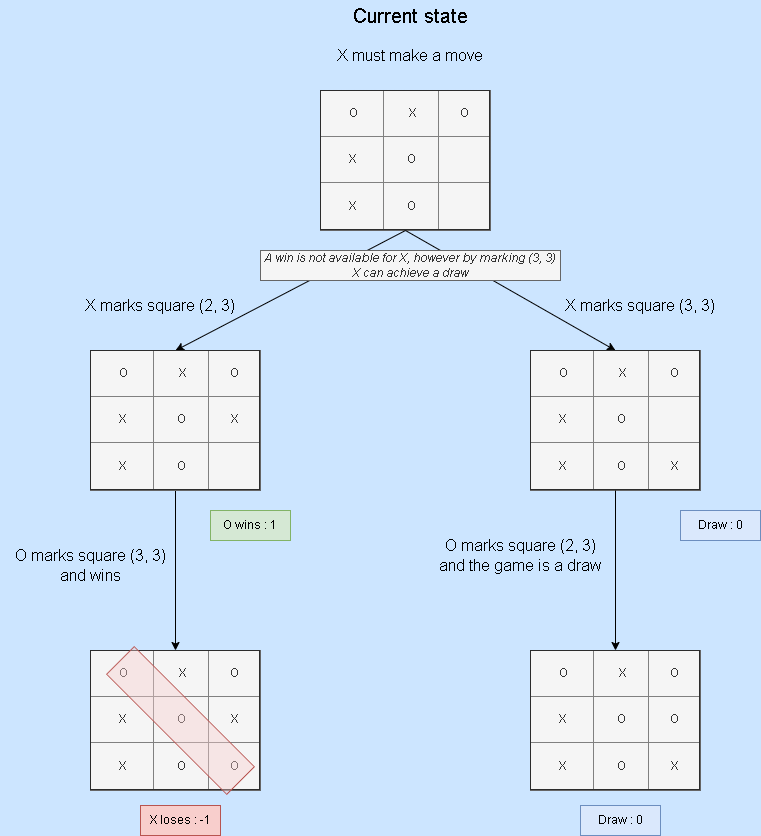
Above: Doc/TicTacToe_algorithm_diagram_4.png in dimitarnn/PythonTicTacToe (draw.io), before the change. Source tidied: cells renumbered, new cells last; positions are measured from the earlier drawing's top-left corner, leaving out a move shared by most shapes.
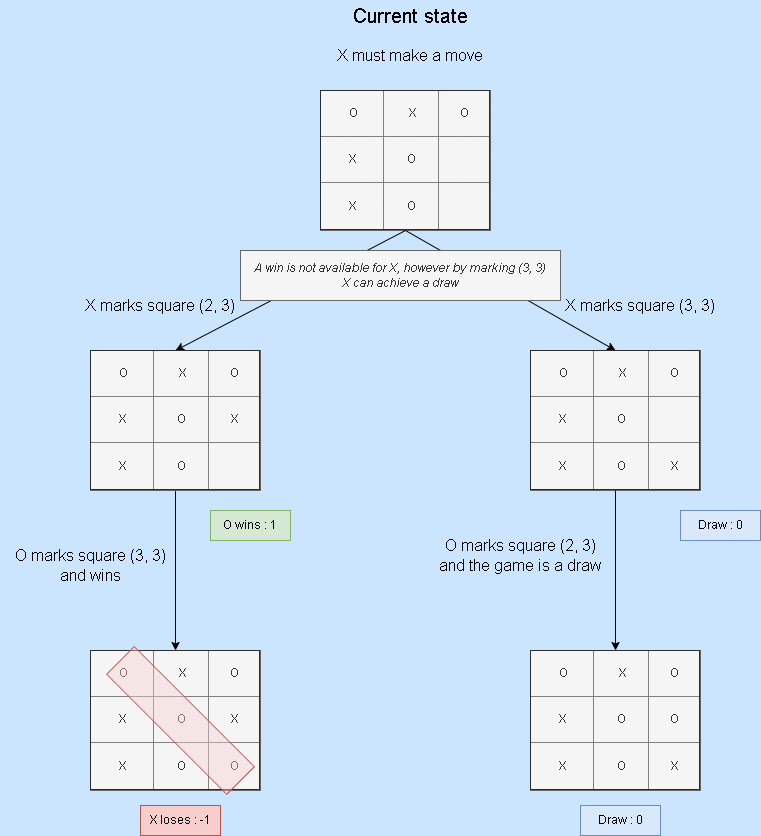
After the commit.

The edit, as a diff of the source:
```diff
@@ -62,8 +62,8 @@
     <mxCell id="21" value="Draw : 0" style="text;html=1;strokeColor=#6c8ebf;fillColor=#dae8fc;align=center;verticalAlign=middle;whiteSpace=wrap;rounded=0;" parent="1" vertex="1">
       <mxGeometry x="680" y="510" width="80" height="30" as="geometry" />
     </mxCell>
-    <mxCell id="22" value="&lt;i&gt;A win is not available for X, however by marking (3, 3) X can achieve a draw&lt;/i&gt;" style="text;html=1;strokeColor=#666666;fillColor=#f5f5f5;align=center;verticalAlign=middle;whiteSpace=wrap;rounded=0;fontColor=#333333;" parent="1" vertex="1">
-      <mxGeometry x="260" y="250" width="300" height="30" as="geometry" />
+    <mxCell id="22" value="&lt;span&gt;A win is not available for X, however by marking (3, 3)&lt;br&gt;X can achieve a draw&lt;/span&gt;" style="text;html=1;strokeColor=#666666;fillColor=#f5f5f5;align=center;verticalAlign=middle;whiteSpace=wrap;rounded=0;fontColor=#333333;fontStyle=2;" parent="1" vertex="1">
+      <mxGeometry x="240" y="250" width="320" height="50" as="geometry" />
     </mxCell>
   </root>
 </mxGraphModel>
```
